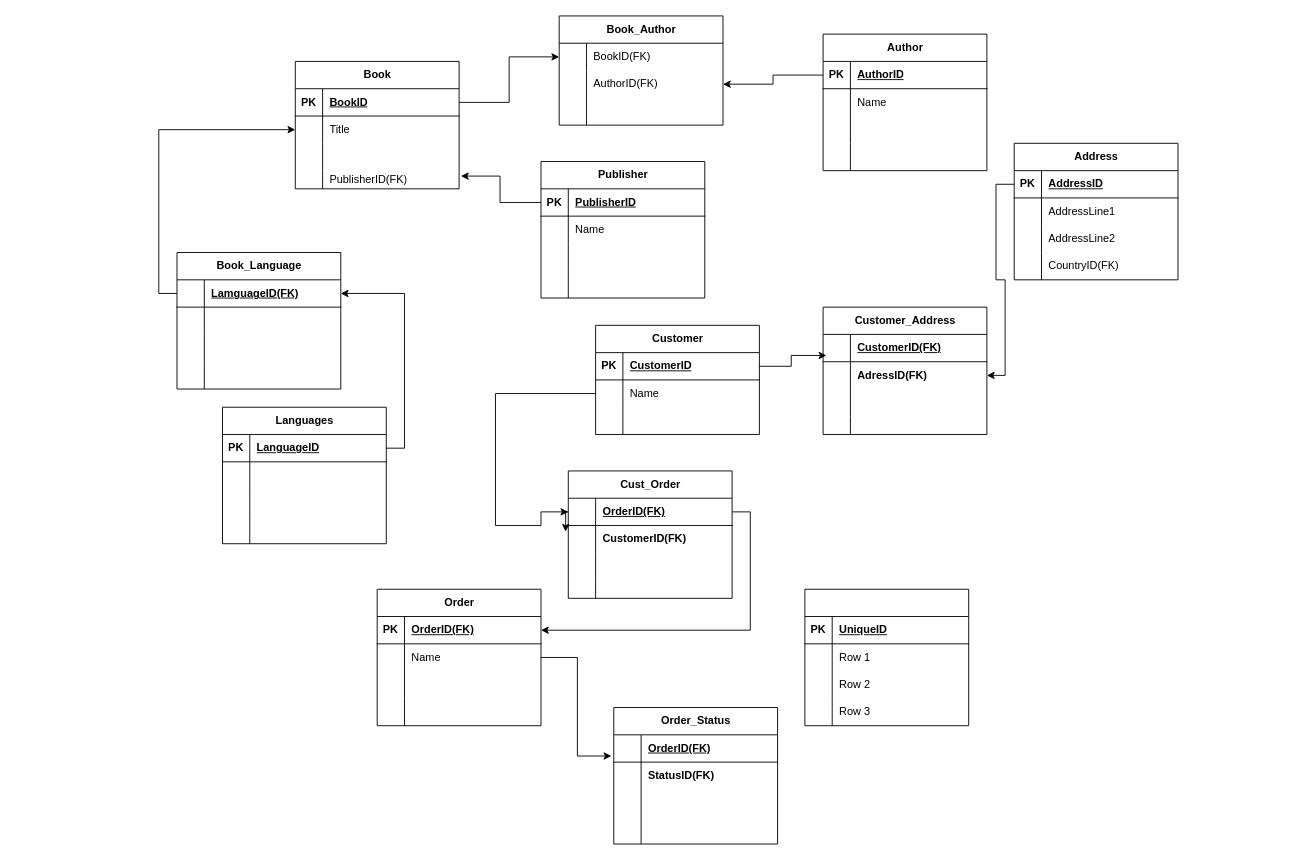
The draw.io diagram database.drawio in manobantu/group-assignment, before the edit. Source tidied: cells renumbered, new cells numbered last; positions are measured from the earlier drawing's top-left corner, leaving out a move shared by most shapes. Both pictures are drawn from the tidied source at 91%, with x=0, y=0 at pixel (177, 15).
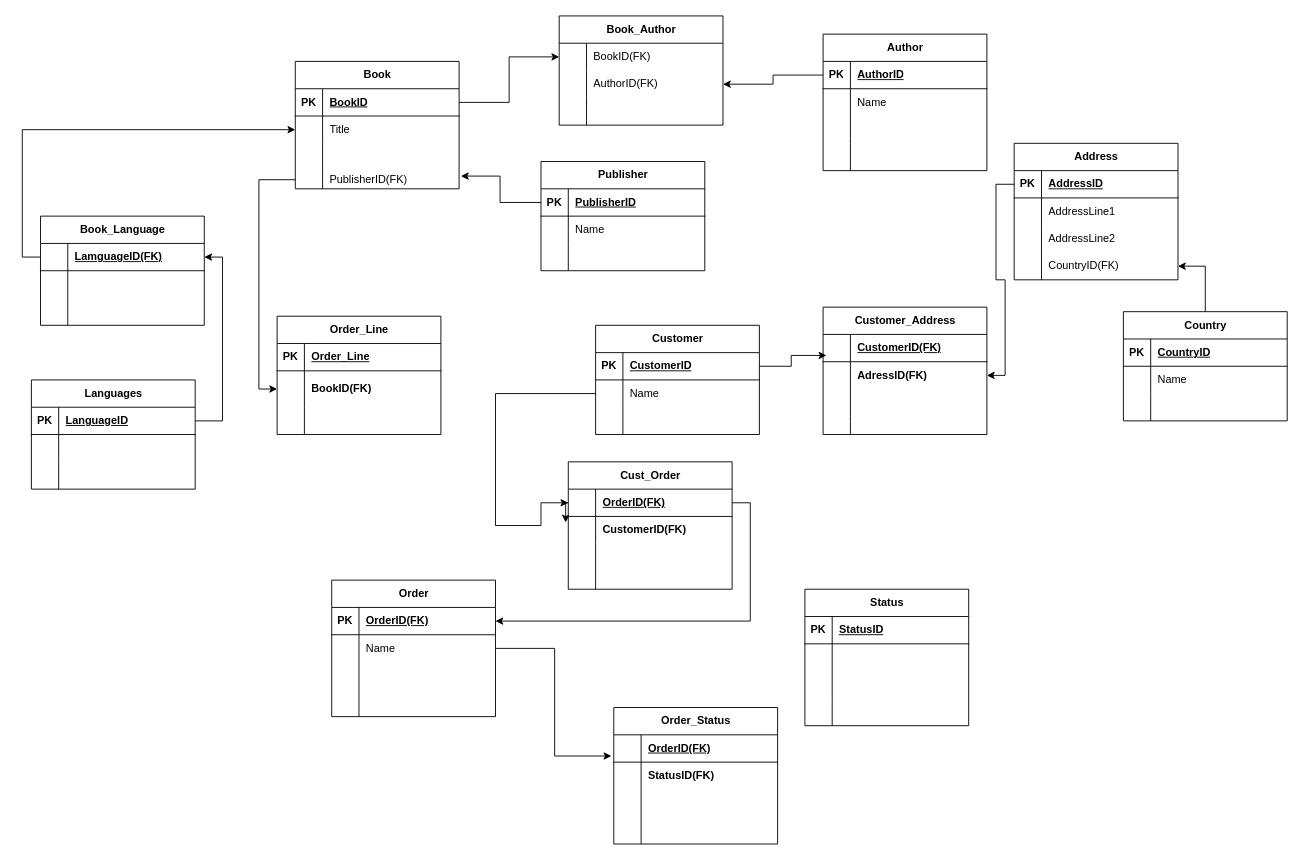
The same diagram, later.

Unchanged cells that the change refers to:
```xml
<mxCell id="12" style="shape=tableRow;horizontal=0;startSize=0;swimlaneHead=0;swimlaneBody=0;fillColor=none;points=[[0,0.5],[1,0.5]];portConstraint=eastwest;top=0;left=0;right=0;bottom=0;" parent="2" vertex="1">
  <mxGeometry y="120" width="180" height="20" as="geometry" />
</mxCell>
<mxCell id="145" style="shape=tableRow;horizontal=0;startSize=0;swimlaneHead=0;swimlaneBody=0;fillColor=none;points=[[0,0.5],[1,0.5]];portConstraint=eastwest;top=0;left=0;right=0;bottom=0;" parent="135" vertex="1">
  <mxGeometry y="120" width="180" height="30" as="geometry" />
</mxCell>
<mxCell id="164" style="shape=tableRow;horizontal=0;startSize=0;swimlaneHead=0;swimlaneBody=0;fillColor=none;top=0;left=0;right=0;bottom=1;" parent="163" vertex="1">
  <mxGeometry y="30" width="180" height="30" as="geometry" />
</mxCell>
<mxCell id="167" style="shape=tableRow;horizontal=0;startSize=0;swimlaneHead=0;swimlaneBody=0;fillColor=none;top=0;left=0;right=0;bottom=0;" parent="163" vertex="1">
  <mxGeometry y="60" width="180" height="30" as="geometry" />
</mxCell>
<mxCell id="170" style="shape=tableRow;horizontal=0;startSize=0;swimlaneHead=0;swimlaneBody=0;fillColor=none;top=0;left=0;right=0;bottom=0;" parent="163" vertex="1">
  <mxGeometry y="90" width="180" height="30" as="geometry" />
</mxCell>
<mxCell id="173" style="shape=tableRow;horizontal=0;startSize=0;swimlaneHead=0;swimlaneBody=0;fillColor=none;top=0;left=0;right=0;bottom=0;" parent="163" vertex="1">
  <mxGeometry y="120" width="180" height="30" as="geometry" />
</mxCell>
```

Diff of the diagram source:
```diff
@@
     <mxCell id="40" value="Publisher" style="shape=table;startSize=30;childLayout=tableLayout;rowLines=0;fontStyle=1;align=center;html=1;" parent="1" vertex="1">
-      <mxGeometry x="400" y="160" width="180" height="150" as="geometry" />
+      <mxGeometry x="400" y="160" width="180" height="120" as="geometry" />
     </mxCell>
@@
-    <mxCell id="50" style="shape=tableRow;horizontal=0;startSize=0;swimlaneHead=0;swimlaneBody=0;fillColor=none;top=0;left=0;right=0;bottom=0;" parent="40" vertex="1">
-      <mxGeometry y="120" width="180" height="30" as="geometry" />
-    </mxCell>
-    <mxCell id="51" style="shape=partialRectangle;fillColor=none;top=0;left=0;bottom=0;right=0;overflow=hidden;whiteSpace=wrap;html=1;" parent="50" vertex="1">
-      <mxGeometry width="30" height="30" as="geometry" />
-    </mxCell>
-    <mxCell id="52" style="shape=partialRectangle;fillColor=none;top=0;left=0;bottom=0;right=0;align=left;spacingLeft=6;overflow=hidden;whiteSpace=wrap;html=1;" parent="50" vertex="1">
-      <mxGeometry x="30" width="150" height="30" as="geometry" />
-    </mxCell>
@@
     <mxCell id="54" value="Book_Language" style="shape=table;startSize=30;childLayout=tableLayout;rowLines=0;fontStyle=1;align=center;html=1;" parent="1" vertex="1">
-      <mxGeometry y="260" width="180" height="150" as="geometry" />
+      <mxGeometry x="-150" y="220" width="180" height="120" as="geometry" />
     </mxCell>
@@
-    <mxCell id="64" style="shape=tableRow;horizontal=0;startSize=0;swimlaneHead=0;swimlaneBody=0;fillColor=none;top=0;left=0;right=0;bottom=0;" parent="54" vertex="1">
-      <mxGeometry y="120" width="180" height="30" as="geometry" />
-    </mxCell>
-    <mxCell id="65" style="shape=partialRectangle;fillColor=none;top=0;left=0;bottom=0;right=0;overflow=hidden;whiteSpace=wrap;html=1;" parent="64" vertex="1">
-      <mxGeometry width="30" height="30" as="geometry" />
-    </mxCell>
-    <mxCell id="66" style="shape=partialRectangle;fillColor=none;top=0;left=0;bottom=0;right=0;align=left;spacingLeft=6;overflow=hidden;whiteSpace=wrap;html=1;" parent="64" vertex="1">
-      <mxGeometry x="30" width="150" height="30" as="geometry" />
-    </mxCell>
     <mxCell id="67" value="Languages" style="shape=table;startSize=30;childLayout=tableLayout;rowLines=0;fontStyle=1;align=center;html=1;" parent="1" vertex="1">
-      <mxGeometry x="50" y="430" width="180" height="150" as="geometry" />
+      <mxGeometry x="-160" y="400" width="180" height="120" as="geometry" />
     </mxCell>
@@
-    <mxCell id="77" style="shape=tableRow;horizontal=0;startSize=0;swimlaneHead=0;swimlaneBody=0;fillColor=none;top=0;left=0;right=0;bottom=0;" parent="67" vertex="1">
-      <mxGeometry y="120" width="180" height="30" as="geometry" />
-    </mxCell>
-    <mxCell id="78" style="shape=partialRectangle;fillColor=none;top=0;left=0;bottom=0;right=0;overflow=hidden;whiteSpace=wrap;html=1;" parent="77" vertex="1">
-      <mxGeometry width="30" height="30" as="geometry" />
-    </mxCell>
-    <mxCell id="79" style="shape=partialRectangle;fillColor=none;top=0;left=0;bottom=0;right=0;align=left;spacingLeft=6;overflow=hidden;whiteSpace=wrap;html=1;" parent="77" vertex="1">
-      <mxGeometry x="30" width="150" height="30" as="geometry" />
-    </mxCell>
@@
     <mxCell id="92" value="Cust_Order" style="shape=table;startSize=30;childLayout=tableLayout;rowLines=0;fontStyle=1;align=center;html=1;" parent="1" vertex="1">
-      <mxGeometry x="430" y="500" width="180" height="140" as="geometry" />
+      <mxGeometry x="430" y="490" width="180" height="140" as="geometry" />
     </mxCell>
@@
     <mxCell id="107" value="Order" style="shape=table;startSize=30;childLayout=tableLayout;rowLines=0;fontStyle=1;align=center;html=1;" parent="1" vertex="1">
-      <mxGeometry x="220" y="630" width="180" height="150" as="geometry" />
+      <mxGeometry x="170" y="620" width="180" height="150" as="geometry" />
     </mxCell>
@@
-    <mxCell id="163" style="shape=table;startSize=30;childLayout=tableLayout;rowLines=0;fontStyle=1;align=center;html=1;" parent="1" vertex="1">
+    <mxCell id="163" value="Status" style="shape=table;startSize=30;childLayout=tableLayout;rowLines=0;fontStyle=1;align=center;html=1;" parent="1" vertex="1">
       <mxGeometry x="690" y="630" width="180" height="150" as="geometry" />
     </mxCell>
@@
-    <mxCell id="166" value="UniqueID" style="shape=partialRectangle;fillColor=none;top=0;left=0;bottom=0;right=0;align=left;spacingLeft=6;fontStyle=5;overflow=hidden;whiteSpace=wrap;html=1;" parent="164" vertex="1">
+    <mxCell id="166" value="StatusID" style="shape=partialRectangle;fillColor=none;top=0;left=0;bottom=0;right=0;align=left;spacingLeft=6;fontStyle=5;overflow=hidden;whiteSpace=wrap;html=1;" parent="164" vertex="1">
       <mxGeometry x="30" width="150" height="30" as="geometry" />
     </mxCell>
@@
-    <mxCell id="169" value="Row 1" style="shape=partialRectangle;fillColor=none;top=0;left=0;bottom=0;right=0;align=left;spacingLeft=6;overflow=hidden;whiteSpace=wrap;html=1;" parent="167" vertex="1">
+    <mxCell id="169" style="shape=partialRectangle;fillColor=none;top=0;left=0;bottom=0;right=0;align=left;spacingLeft=6;overflow=hidden;whiteSpace=wrap;html=1;" parent="167" vertex="1">
       <mxGeometry x="30" width="150" height="30" as="geometry" />
     </mxCell>
@@
-    <mxCell id="172" value="Row 2" style="shape=partialRectangle;fillColor=none;top=0;left=0;bottom=0;right=0;align=left;spacingLeft=6;overflow=hidden;whiteSpace=wrap;html=1;" parent="170" vertex="1">
+    <mxCell id="172" style="shape=partialRectangle;fillColor=none;top=0;left=0;bottom=0;right=0;align=left;spacingLeft=6;overflow=hidden;whiteSpace=wrap;html=1;" parent="170" vertex="1">
       <mxGeometry x="30" width="150" height="30" as="geometry" />
     </mxCell>
@@
-    <mxCell id="175" value="Row 3" style="shape=partialRectangle;fillColor=none;top=0;left=0;bottom=0;right=0;align=left;spacingLeft=6;overflow=hidden;whiteSpace=wrap;html=1;" parent="173" vertex="1">
+    <mxCell id="175" style="shape=partialRectangle;fillColor=none;top=0;left=0;bottom=0;right=0;align=left;spacingLeft=6;overflow=hidden;whiteSpace=wrap;html=1;" parent="173" vertex="1">
       <mxGeometry x="30" width="150" height="30" as="geometry" />
     </mxCell>
+    <mxCell id="176" value="Order_Line" style="shape=table;startSize=30;childLayout=tableLayout;rowLines=0;fontStyle=1;align=center;html=1;" parent="1" vertex="1">
+      <mxGeometry x="110" y="330" width="180" height="130" as="geometry" />
+    </mxCell>
+    <mxCell id="177" style="shape=tableRow;horizontal=0;startSize=0;swimlaneHead=0;swimlaneBody=0;fillColor=none;top=0;left=0;right=0;bottom=1;" parent="176" vertex="1">
+      <mxGeometry y="30" width="180" height="30" as="geometry" />
+    </mxCell>
+    <mxCell id="178" value="PK" style="shape=partialRectangle;fillColor=none;top=0;left=0;bottom=0;right=0;fontStyle=1;overflow=hidden;whiteSpace=wrap;html=1;" parent="177" vertex="1">
+      <mxGeometry width="30" height="30" as="geometry" />
+    </mxCell>
+    <mxCell id="179" value="Order_Line" style="shape=partialRectangle;fillColor=none;top=0;left=0;bottom=0;right=0;align=left;spacingLeft=6;fontStyle=5;overflow=hidden;whiteSpace=wrap;html=1;" parent="177" vertex="1">
+      <mxGeometry x="30" width="150" height="30" as="geometry" />
+    </mxCell>
+    <mxCell id="180" style="shape=tableRow;horizontal=0;startSize=0;swimlaneHead=0;swimlaneBody=0;fillColor=none;points=[[0,0.5],[1,0.5]];portConstraint=eastwest;top=0;left=0;right=0;bottom=0;" parent="176" vertex="1">
+      <mxGeometry y="60" width="180" height="40" as="geometry" />
+    </mxCell>
+    <mxCell id="181" style="shape=partialRectangle;fillColor=none;top=0;left=0;bottom=0;right=0;overflow=hidden;whiteSpace=wrap;html=1;" parent="180" vertex="1">
+      <mxGeometry width="30" height="40" as="geometry" />
+    </mxCell>
+    <mxCell id="182" value="&lt;b&gt;BookID(FK)&lt;/b&gt;" style="shape=partialRectangle;fillColor=none;top=0;left=0;bottom=0;right=0;align=left;spacingLeft=6;overflow=hidden;whiteSpace=wrap;html=1;" parent="180" vertex="1">
+      <mxGeometry x="30" width="150" height="40" as="geometry" />
+    </mxCell>
+    <mxCell id="183" style="shape=tableRow;horizontal=0;startSize=0;swimlaneHead=0;swimlaneBody=0;fillColor=none;top=0;left=0;right=0;bottom=0;" parent="176" vertex="1">
+      <mxGeometry y="100" width="180" height="30" as="geometry" />
+    </mxCell>
+    <mxCell id="184" style="shape=partialRectangle;fillColor=none;top=0;left=0;bottom=0;right=0;overflow=hidden;whiteSpace=wrap;html=1;" parent="183" vertex="1">
+      <mxGeometry width="30" height="30" as="geometry" />
+    </mxCell>
+    <mxCell id="185" value="&lt;br&gt;&lt;div&gt;&lt;br&gt;&lt;/div&gt;" style="shape=partialRectangle;fillColor=none;top=0;left=0;bottom=0;right=0;align=left;spacingLeft=6;overflow=hidden;whiteSpace=wrap;html=1;" parent="183" vertex="1">
+      <mxGeometry x="30" width="150" height="30" as="geometry" />
+    </mxCell>
+    <mxCell id="186" style="edgeStyle=orthogonalEdgeStyle;rounded=0;jettySize=auto;html=1;exitX=0;exitY=0.5;exitDx=0;exitDy=0;entryX=0;entryY=0.5;entryDx=0;entryDy=0;" parent="1" edge="1" source="12" target="180">
+      <mxGeometry relative="1" as="geometry" />
+    </mxCell>
+    <mxCell id="187" style="edgeStyle=orthogonalEdgeStyle;rounded=0;jettySize=auto;html=1;exitX=0.5;exitY=0;exitDx=0;exitDy=0;entryX=1;entryY=0.5;entryDx=0;entryDy=0;" parent="1" edge="1" source="188" target="145">
+      <mxGeometry relative="1" as="geometry" />
+    </mxCell>
+    <mxCell id="188" value="Country" style="shape=table;startSize=30;childLayout=tableLayout;rowLines=0;fontStyle=1;align=center;html=1;" parent="1" vertex="1">
+      <mxGeometry x="1040" y="325" width="180" height="120" as="geometry" />
+    </mxCell>
+    <mxCell id="189" style="shape=tableRow;horizontal=0;startSize=0;swimlaneHead=0;swimlaneBody=0;fillColor=none;top=0;left=0;right=0;bottom=1;" parent="188" vertex="1">
+      <mxGeometry y="30" width="180" height="30" as="geometry" />
+    </mxCell>
+    <mxCell id="190" value="PK" style="shape=partialRectangle;fillColor=none;top=0;left=0;bottom=0;right=0;fontStyle=1;overflow=hidden;whiteSpace=wrap;html=1;" parent="189" vertex="1">
+      <mxGeometry width="30" height="30" as="geometry" />
+    </mxCell>
+    <mxCell id="191" value="CountryID" style="shape=partialRectangle;fillColor=none;top=0;left=0;bottom=0;right=0;align=left;spacingLeft=6;fontStyle=5;overflow=hidden;whiteSpace=wrap;html=1;" parent="189" vertex="1">
+      <mxGeometry x="30" width="150" height="30" as="geometry" />
+    </mxCell>
+    <mxCell id="192" style="shape=tableRow;horizontal=0;startSize=0;swimlaneHead=0;swimlaneBody=0;fillColor=none;top=0;left=0;right=0;bottom=0;" parent="188" vertex="1">
+      <mxGeometry y="60" width="180" height="30" as="geometry" />
+    </mxCell>
+    <mxCell id="193" style="shape=partialRectangle;fillColor=none;top=0;left=0;bottom=0;right=0;overflow=hidden;whiteSpace=wrap;html=1;" parent="192" vertex="1">
+      <mxGeometry width="30" height="30" as="geometry" />
+    </mxCell>
+    <mxCell id="194" value="Name" style="shape=partialRectangle;fillColor=none;top=0;left=0;bottom=0;right=0;align=left;spacingLeft=6;overflow=hidden;whiteSpace=wrap;html=1;" parent="192" vertex="1">
+      <mxGeometry x="30" width="150" height="30" as="geometry" />
+    </mxCell>
+    <mxCell id="195" style="shape=tableRow;horizontal=0;startSize=0;swimlaneHead=0;swimlaneBody=0;fillColor=none;top=0;left=0;right=0;bottom=0;" parent="188" vertex="1">
+      <mxGeometry y="90" width="180" height="30" as="geometry" />
+    </mxCell>
+    <mxCell id="196" style="shape=partialRectangle;fillColor=none;top=0;left=0;bottom=0;right=0;overflow=hidden;whiteSpace=wrap;html=1;" parent="195" vertex="1">
+      <mxGeometry width="30" height="30" as="geometry" />
+    </mxCell>
+    <mxCell id="197" style="shape=partialRectangle;fillColor=none;top=0;left=0;bottom=0;right=0;align=left;spacingLeft=6;overflow=hidden;whiteSpace=wrap;html=1;" parent="195" vertex="1">
+      <mxGeometry x="30" width="150" height="30" as="geometry" />
+    </mxCell>
```
